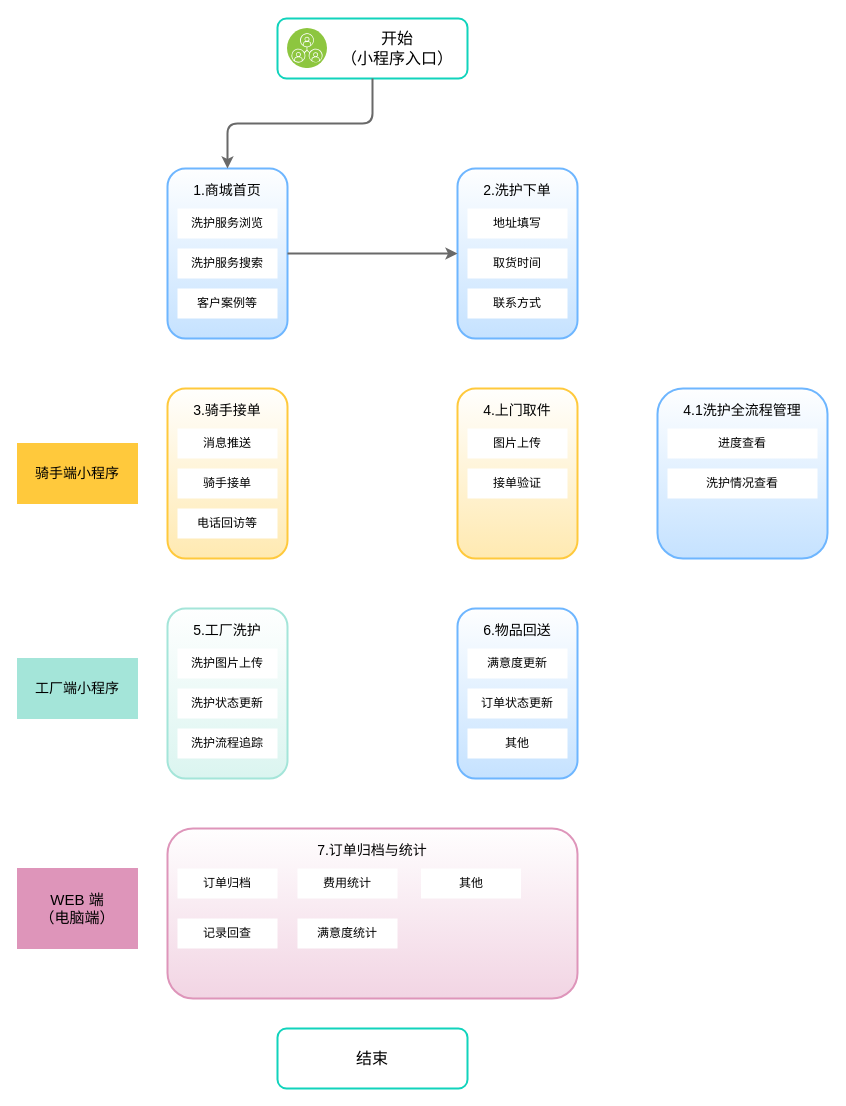
This is 线上洗衣流程图.drawio from kerwin58/drawio, a draw.io file, before an edit. Source tidied: cells renumbered, new cells numbered last; positions are measured from the earlier drawing's top-left corner, leaving out a move shared by most shapes. Both pictures are drawn from the tidied source at 100%, with x=0, y=0 at pixel (17, 18).
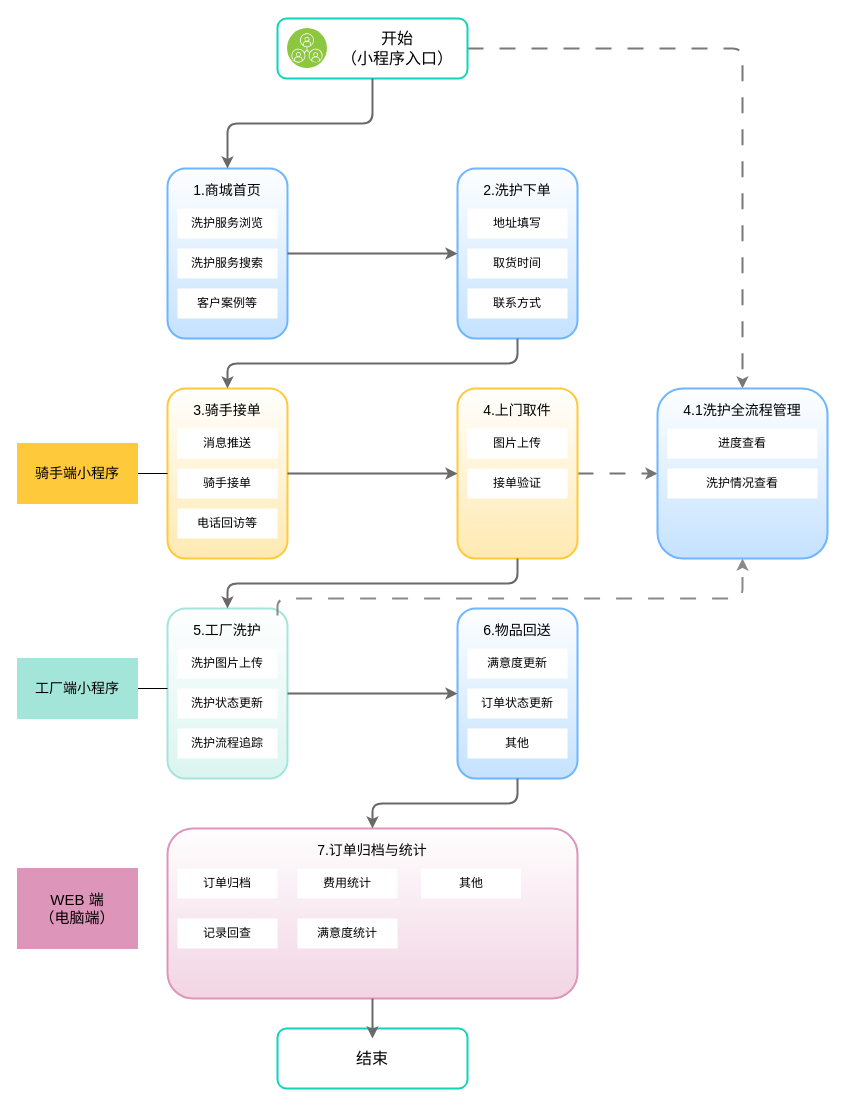
After the change.

Commit message (it also covers changes not shown here):
更新线上洗衣流程图.drawio

The change refers to these unchanged cells:
```xml
<mxCell id="2" style="rounded=1;whiteSpace=wrap;html=1;strokeColor=#11d3bc;strokeWidth=2;" parent="1" vertex="1">
  <mxGeometry x="260" width="190" height="60" as="geometry" />
</mxCell>
<mxCell id="11" style="rounded=1;whiteSpace=wrap;html=1;strokeWidth=2;strokeColor=#6eb6ff;fillStyle=hatch;fillColor=#6EB6FF02;gradientColor=#6EB6FF66;" parent="1" vertex="1">
  <mxGeometry x="440" y="150" width="120" height="170" as="geometry" />
</mxCell>
<mxCell id="16" style="rounded=1;whiteSpace=wrap;html=1;strokeWidth=2;strokeColor=#ffc93c;fillStyle=hatch;fillColor=#ffc93c02;gradientColor=#ffc93c66;" parent="1" vertex="1">
  <mxGeometry x="150" y="370" width="120" height="170" as="geometry" />
</mxCell>
<mxCell id="21" style="rounded=1;whiteSpace=wrap;html=1;strokeWidth=2;strokeColor=#ffc93c;fillStyle=hatch;fillColor=#ffc93c02;gradientColor=#ffc93c66;" parent="1" vertex="1">
  <mxGeometry x="440" y="370" width="120" height="170" as="geometry" />
</mxCell>
<mxCell id="25" style="rounded=1;whiteSpace=wrap;html=1;strokeWidth=2;strokeColor=#a4e5d9;fillStyle=hatch;fillColor=#a4e5d902;gradientColor=#a4e5d966;" parent="1" vertex="1">
  <mxGeometry x="150" y="590" width="120" height="170" as="geometry" />
</mxCell>
<mxCell id="26" value="&lt;font style=&quot;font-size: 14px;&quot;&gt;5.工厂洗护&lt;/font&gt;" style="rounded=0;whiteSpace=wrap;html=1;strokeColor=none;fillColor=none;" parent="1" vertex="1">
  <mxGeometry x="160" y="597" width="100" height="30" as="geometry" />
</mxCell>
<mxCell id="30" style="rounded=1;whiteSpace=wrap;html=1;strokeWidth=2;strokeColor=#6eb6ff;fillStyle=hatch;fillColor=#6EB6FF02;gradientColor=#6EB6FF66;" parent="1" vertex="1">
  <mxGeometry x="640" y="370" width="170" height="170" as="geometry" />
</mxCell>
<mxCell id="34" style="rounded=1;whiteSpace=wrap;html=1;strokeWidth=2;strokeColor=#6eb6ff;fillStyle=hatch;fillColor=#6EB6FF02;gradientColor=#6EB6FF66;" parent="1" vertex="1">
  <mxGeometry x="440" y="590" width="120" height="170" as="geometry" />
</mxCell>
<mxCell id="39" style="rounded=1;whiteSpace=wrap;html=1;strokeWidth=2;strokeColor=#de95ba;fillStyle=hatch;fillColor=#de95ba02;gradientColor=#de95ba66;" parent="1" vertex="1">
  <mxGeometry x="150" y="810" width="410" height="170" as="geometry" />
</mxCell>
<mxCell id="45" value="&lt;font style=&quot;font-size: 14px;&quot;&gt;骑手端小程序&lt;/font&gt;" style="rounded=0;whiteSpace=wrap;html=1;strokeColor=#ffc93c;fillColor=#ffc93c;" parent="1" vertex="1">
  <mxGeometry y="425" width="120" height="60" as="geometry" />
</mxCell>
<mxCell id="48" value="&lt;font style=&quot;font-size: 14px;&quot;&gt;工厂端小程序&lt;/font&gt;" style="rounded=0;whiteSpace=wrap;html=1;strokeColor=#a4e5d9;fillColor=#a4e5d9;" parent="1" vertex="1">
  <mxGeometry y="640" width="120" height="60" as="geometry" />
</mxCell>
<mxCell id="50" value="&lt;span style=&quot;font-size: 16px;&quot;&gt;结束&lt;/span&gt;" style="rounded=0;whiteSpace=wrap;html=1;strokeColor=none;" parent="1" vertex="1">
  <mxGeometry x="270" y="1020" width="170" height="40" as="geometry" />
</mxCell>
```

The edit, as a diff of the source:
```diff
@@
+    <mxCell id="52" style="edgeStyle=orthogonalEdgeStyle;jettySize=auto;html=1;exitX=1;exitY=0.5;exitDx=0;exitDy=0;entryX=0.5;entryY=0;entryDx=0;entryDy=0;rounded=1;dashed=1;dashPattern=8 8;strokeWidth=2;strokeColor=#787878;" parent="1" edge="1" source="2" target="30">
+      <mxGeometry relative="1" as="geometry" />
+    </mxCell>
@@
+    <mxCell id="53" style="edgeStyle=orthogonalEdgeStyle;rounded=0;jettySize=auto;html=1;entryX=0;entryY=0.5;entryDx=0;entryDy=0;strokeWidth=2;dashed=1;dashPattern=8 8;strokeColor=#757575;" parent="1" edge="1" source="21" target="30">
+      <mxGeometry relative="1" as="geometry" />
+    </mxCell>
@@
+    <mxCell id="54" style="edgeStyle=orthogonalEdgeStyle;rounded=1;jettySize=auto;html=1;exitX=1;exitY=0;exitDx=0;exitDy=0;dashed=1;dashPattern=8 8;strokeWidth=2;strokeColor=#8A8A8A;" parent="1" edge="1" source="26" target="30">
+      <mxGeometry relative="1" as="geometry">
+        <Array as="points">
+          <mxPoint x="260" y="580" />
+          <mxPoint x="725" y="580" />
+        </Array>
+      </mxGeometry>
+    </mxCell>
@@
+    <mxCell id="55" style="edgeStyle=orthogonalEdgeStyle;rounded=0;jettySize=auto;html=1;exitX=1;exitY=0.5;exitDx=0;exitDy=0;entryX=0;entryY=0.5;entryDx=0;entryDy=0;endArrow=none;endFill=0;" parent="1" edge="1" source="45" target="16">
+      <mxGeometry relative="1" as="geometry" />
+    </mxCell>
@@
+    <mxCell id="56" style="edgeStyle=orthogonalEdgeStyle;rounded=0;jettySize=auto;html=1;exitX=1;exitY=0.5;exitDx=0;exitDy=0;endArrow=none;endFill=0;" parent="1" edge="1" source="48">
+      <mxGeometry relative="1" as="geometry">
+        <mxPoint x="150" y="670" as="targetPoint" />
+      </mxGeometry>
+    </mxCell>
@@
+    <mxCell id="57" style="endArrow=classic;html=1;exitX=0.5;exitY=1;exitDx=0;exitDy=0;entryX=0.5;entryY=0;entryDx=0;entryDy=0;edgeStyle=orthogonalEdgeStyle;strokeWidth=2;strokeColor=#696969;" parent="1" edge="1" source="11" target="16">
+      <mxGeometry relative="1" as="geometry" />
+    </mxCell>
+    <mxCell id="58" style="endArrow=classic;html=1;exitX=1;exitY=0.5;exitDx=0;exitDy=0;entryX=0;entryY=0.5;entryDx=0;entryDy=0;edgeStyle=orthogonalEdgeStyle;strokeWidth=2;strokeColor=#696969;" parent="1" edge="1" source="16" target="21">
+      <mxGeometry relative="1" as="geometry" />
+    </mxCell>
+    <mxCell id="59" style="endArrow=classic;html=1;exitX=0.5;exitY=1;exitDx=0;exitDy=0;entryX=0.5;entryY=0;entryDx=0;entryDy=0;edgeStyle=orthogonalEdgeStyle;strokeWidth=2;strokeColor=#696969;" parent="1" edge="1" source="21" target="25">
+      <mxGeometry relative="1" as="geometry" />
+    </mxCell>
+    <mxCell id="60" style="endArrow=classic;html=1;exitX=1;exitY=0.5;exitDx=0;exitDy=0;entryX=0;entryY=0.5;entryDx=0;entryDy=0;edgeStyle=orthogonalEdgeStyle;strokeWidth=2;strokeColor=#696969;" parent="1" edge="1" source="25" target="34">
+      <mxGeometry relative="1" as="geometry" />
+    </mxCell>
+    <mxCell id="61" style="endArrow=classic;html=1;exitX=0.5;exitY=1;exitDx=0;exitDy=0;entryX=0.5;entryY=0;entryDx=0;entryDy=0;edgeStyle=orthogonalEdgeStyle;strokeWidth=2;strokeColor=#696969;" parent="1" edge="1" source="34" target="39">
+      <mxGeometry relative="1" as="geometry" />
+    </mxCell>
+    <mxCell id="62" style="endArrow=classic;html=1;exitX=0.5;exitY=1;exitDx=0;exitDy=0;entryX=0.5;entryY=0;entryDx=0;entryDy=0;edgeStyle=orthogonalEdgeStyle;strokeWidth=2;strokeColor=#696969;" parent="1" edge="1" source="39" target="50">
+      <mxGeometry relative="1" as="geometry" />
+    </mxCell>
```
